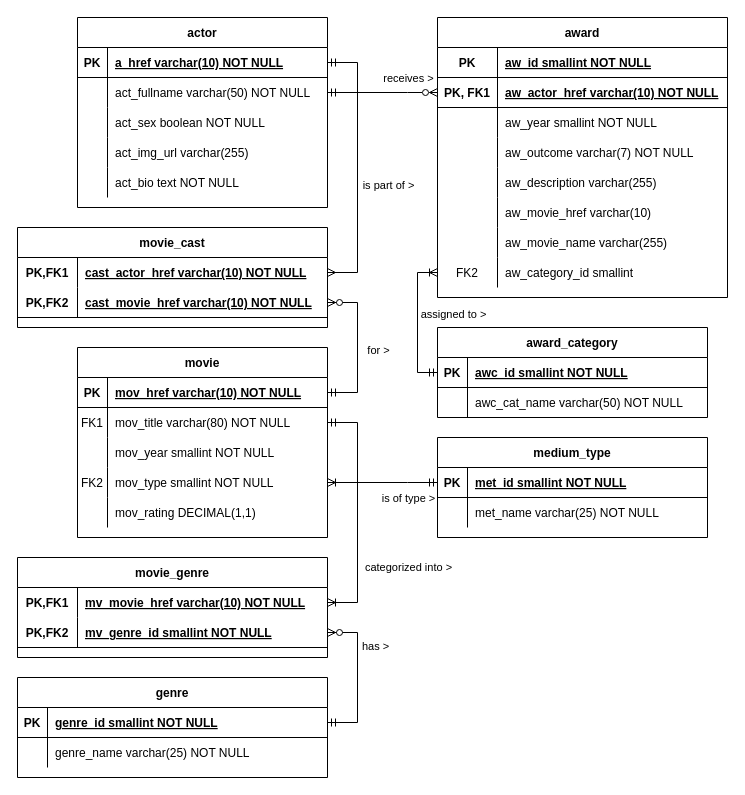
The draw.io diagram charts/ERD_IMDB_Analysis.drawio in Mushroomator/IMDb-Analyser, before the edit. Source tidied: cells renumbered, new cells numbered last; positions are measured from the earlier drawing's top-left corner, leaving out a move shared by most shapes. Both pictures are drawn from the tidied source at 100%, with x=0, y=0 at pixel (17, 17).
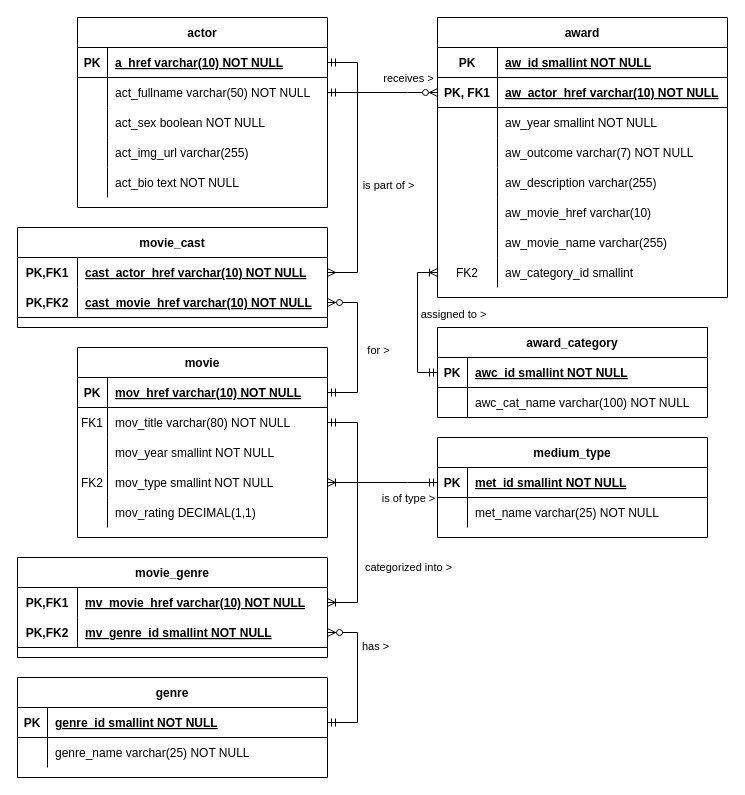
After the change.

Unchanged cells that the change refers to:
```xml
<mxCell id="102" style="shape=partialRectangle;fillColor=none;top=0;left=0;bottom=0;right=0;" parent="98" vertex="1">
  <mxGeometry y="60" width="270" height="30" as="geometry" />
</mxCell>
```

The edit, as a diff of the source:
```diff
@@
-    <mxCell id="104" value="awc_cat_name varchar(50) NOT NULL" style="shape=partialRectangle;fillColor=none;top=0;left=0;bottom=0;right=0;align=left;spacingLeft=6;overflow=hidden;" parent="102" vertex="1">
+    <mxCell id="104" value="awc_cat_name varchar(100) NOT NULL" style="shape=partialRectangle;fillColor=none;top=0;left=0;bottom=0;right=0;align=left;spacingLeft=6;overflow=hidden;" parent="102" vertex="1">
       <mxGeometry x="30" width="240" height="30" as="geometry" />
     </mxCell>
```
